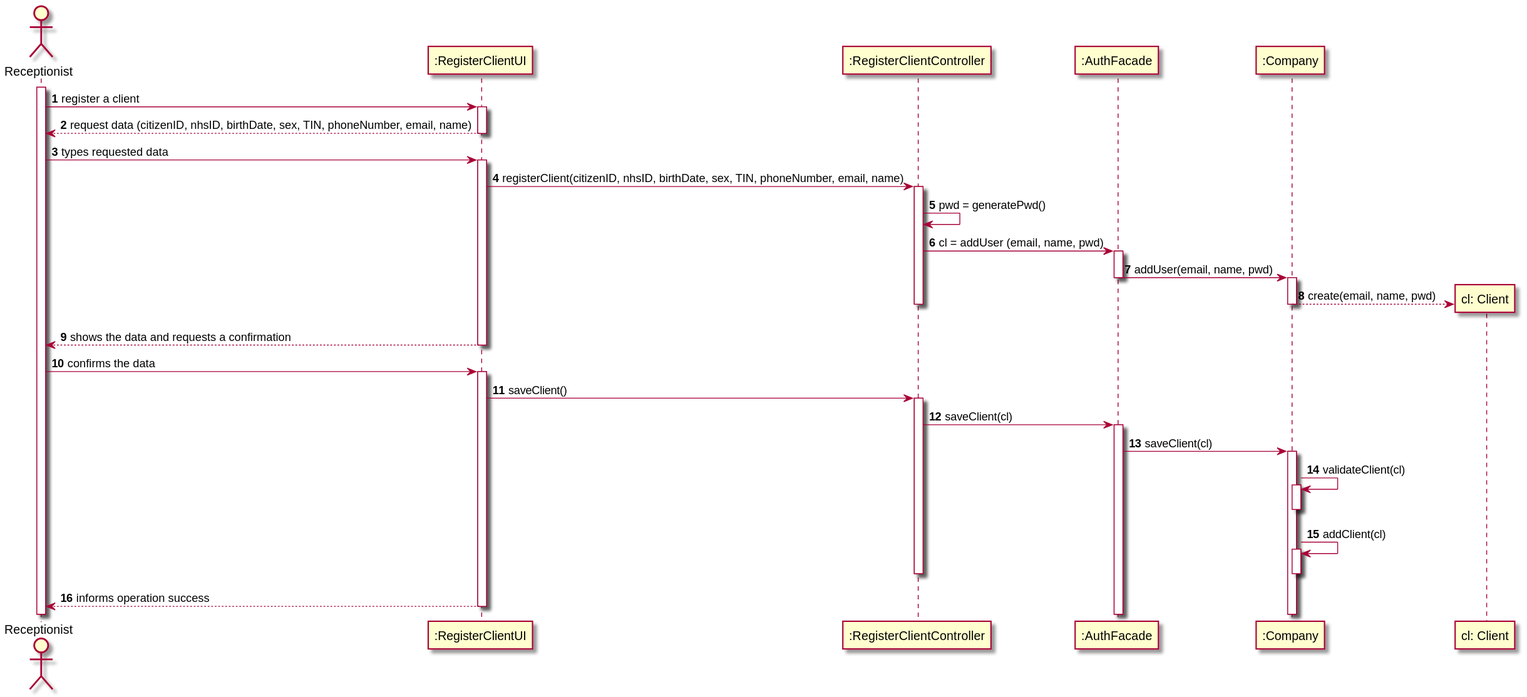
0franciscor/lei-21-s2-1de-g19 keeps this PlantUML diagram as docs/SprintB/US03/US03-SD.svg. Above is the earlier version.
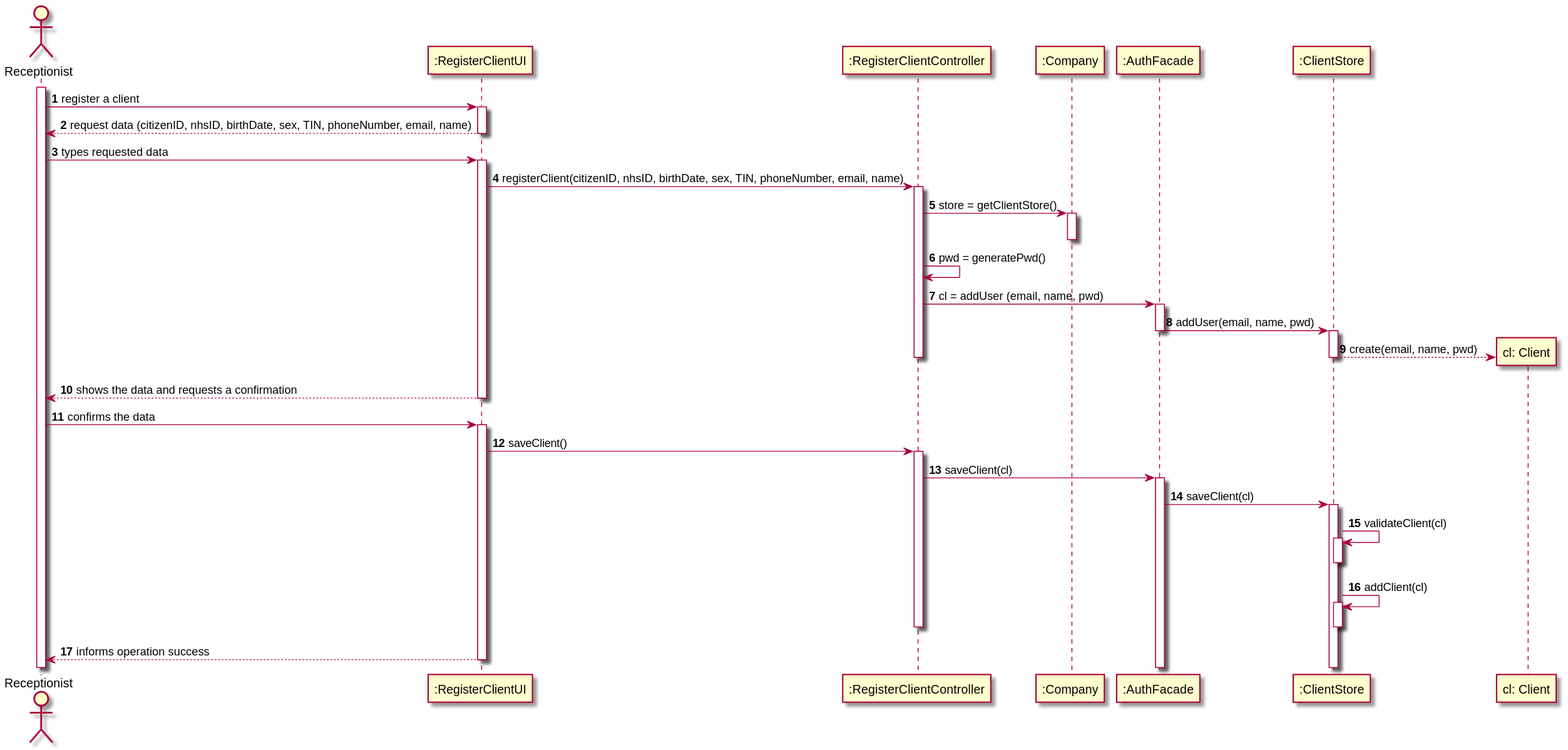
The same diagram one commit later.

The edit, as a diff of the source:
```diff
@@ -14,18 +14,20 @@
 activate ":RegisterClientUI"
 ":RegisterClientUI" -> ":RegisterClientController": registerClient(citizenID, nhsID, birthDate, sex, TIN, phoneNumber, email, name)
 activate ":RegisterClientController"
+":RegisterClientController" -> ":Company": store = getClientStore()
+activate ":Company"
+deactivate ":Company"
 ":RegisterClientController" -> ":RegisterClientController": pwd = generatePwd()
 ":RegisterClientController" -> ":AuthFacade" : cl = addUser (email, name, pwd)
 
+activate ":AuthFacade"
 
-
-activate ":AuthFacade"
-":AuthFacade" -> ":Company": addUser(email, name, pwd)
+":AuthFacade" -> ":ClientStore": addUser(email, name, pwd)
 deactivate ":AuthFacade"
-activate ":Company"
+activate ":ClientStore"
 create "cl: Client"
-":Company" --> "cl: Client": create(email, name, pwd)
-deactivate ":Company"
+":ClientStore" --> "cl: Client": create(email, name, pwd)
+deactivate ":ClientStore"
 deactivate ":RegisterClientController"
 ":RegisterClientUI" --> R: shows the data and requests a confirmation
 deactivate ":RegisterClientUI"
@@ -34,16 +36,17 @@
 ":RegisterClientUI" -> ":RegisterClientController": saveClient()
 activate ":RegisterClientController"
 ":RegisterClientController" -> ":AuthFacade" ++: saveClient(cl)
-":AuthFacade" -> ":Company": saveClient(cl)
-activate ":Company"
-":Company" -> ":Company": validateClient(cl)
-activate ":Company"
-deactivate ":Company"
-":Company" -> ":Company": addClient(cl)
-activate ":Company"
-deactivate ":Company"
+":AuthFacade" -> ":ClientStore": saveClient(cl)
+activate ":ClientStore"
+":ClientStore" -> ":ClientStore": validateClient(cl)
+activate ":ClientStore"
+deactivate ":ClientStore"
+":ClientStore" -> ":ClientStore": addClient(cl)
+activate ":ClientStore"
+deactivate ":ClientStore"
 deactivate ":RegisterClientController"
 ":RegisterClientUI" --> R: informs operation success
 deactivate ":RegisterClientUI"
 
+
 @enduml
```
